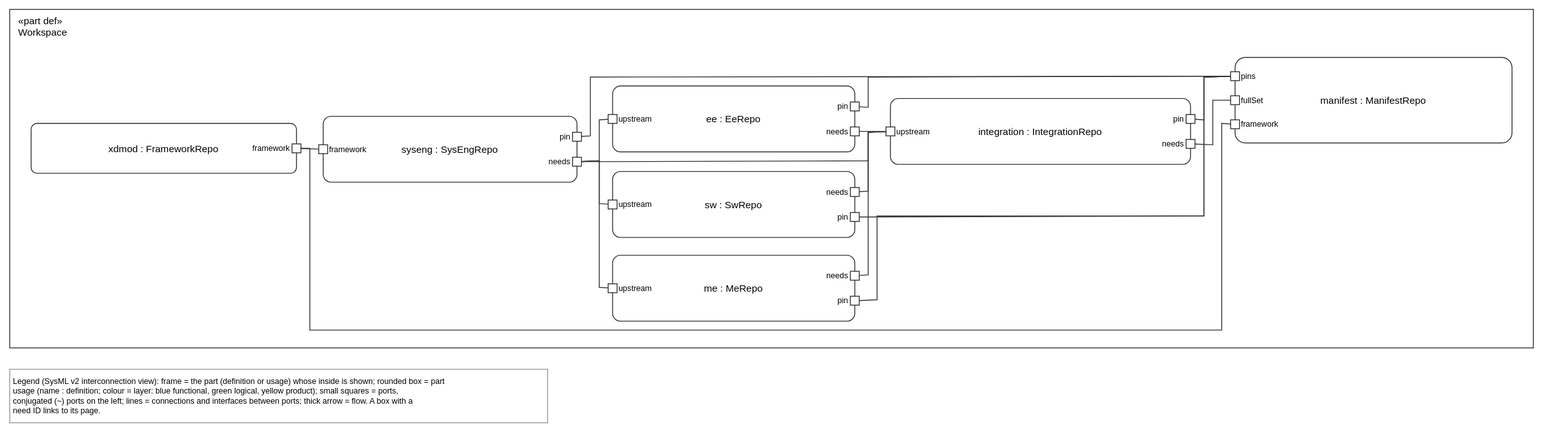
Earlier version of the draw.io export views/workspaceInterconnection.drawio.svg (tiacsys/xdmod). Source tidied: cells renumbered, new cells last; positions are measured from the earlier drawing's top-left corner, leaving out a move shared by most shapes.
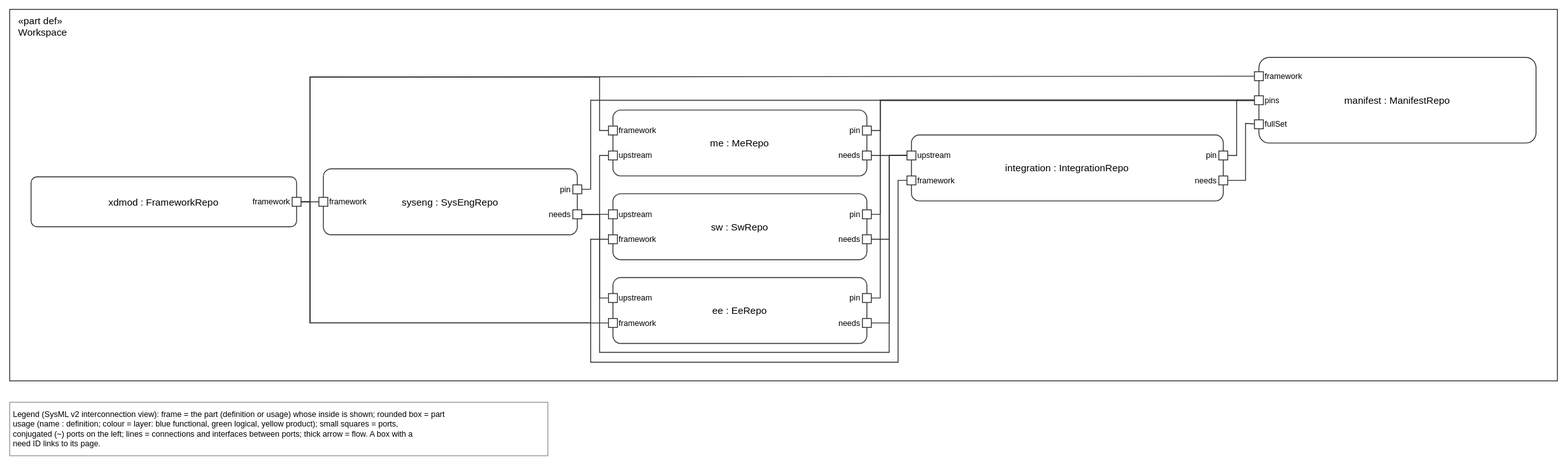
Above is the later version.

What changed in the source:
```diff
@@ -3,76 +3,88 @@
     <mxCell id="0" />
     <mxCell id="1" parent="0" />
     <mxCell id="2" value="«part def»&#10;Workspace" style="html=0;fontFamily=Helvetica;fontSize=11;strokeColor=#333333;rounded=0;verticalAlign=top;align=left;spacingLeft=8;fillColor=none;" parent="1" vertex="1">
-      <mxGeometry width="1711" height="380" as="geometry" />
+      <mxGeometry width="1737" height="417" as="geometry" />
     </mxCell>
     <mxCell id="3" value="Legend (SysML v2 interconnection view): frame = the part (definition or usage) whose inside is shown; rounded box = part&#10;usage (name : definition; colour = layer: blue functional, green logical, yellow product); small squares = ports,&#10;conjugated (~) ports on the left; lines = connections and interfaces between ports; thick arrow = flow. A box with a&#10;need ID links to its page." style="text;html=0;align=left;verticalAlign=top;fontFamily=Helvetica;fontSize=9;fillColor=#FFFFFF;strokeColor=#999999;spacing=4;" parent="1" vertex="1">
-      <mxGeometry y="404" width="604" height="60" as="geometry" />
+      <mxGeometry y="441" width="604" height="60" as="geometry" />
     </mxCell>
     <mxCell id="4" value="ee : EeRepo" style="html=0;fontFamily=Helvetica;fontSize=11;strokeColor=#333333;rounded=1;arcSize=12;fillColor=#FFFFFF;verticalAlign=middle;fillColor=#FFFFFF;" parent="2" vertex="1">
-      <mxGeometry x="677" y="86" width="272" height="74" as="geometry" />
+      <mxGeometry x="677" y="301" width="285" height="74" as="geometry" />
     </mxCell>
     <mxCell id="5" value="integration : IntegrationRepo" style="html=0;fontFamily=Helvetica;fontSize=11;strokeColor=#333333;rounded=1;arcSize=12;fillColor=#FFFFFF;verticalAlign=middle;fillColor=#FFFFFF;" parent="2" vertex="1">
-      <mxGeometry x="989" y="100" width="337" height="74" as="geometry" />
+      <mxGeometry x="1012" y="141" width="350" height="74" as="geometry" />
     </mxCell>
     <mxCell id="6" value="manifest : ManifestRepo" style="html=0;fontFamily=Helvetica;fontSize=11;strokeColor=#333333;rounded=1;arcSize=12;fillColor=#FFFFFF;verticalAlign=middle;fillColor=#FFFFFF;" parent="2" vertex="1">
-      <mxGeometry x="1376" y="54" width="311" height="96" as="geometry" />
+      <mxGeometry x="1402" y="54" width="311" height="96" as="geometry" />
     </mxCell>
     <mxCell id="7" value="me : MeRepo" style="html=0;fontFamily=Helvetica;fontSize=11;strokeColor=#333333;rounded=1;arcSize=12;fillColor=#FFFFFF;verticalAlign=middle;fillColor=#FFFFFF;" parent="2" vertex="1">
-      <mxGeometry x="677" y="276" width="272" height="74" as="geometry" />
+      <mxGeometry x="677" y="113" width="285" height="74" as="geometry" />
     </mxCell>
     <mxCell id="8" value="sw : SwRepo" style="html=0;fontFamily=Helvetica;fontSize=11;strokeColor=#333333;rounded=1;arcSize=12;fillColor=#FFFFFF;verticalAlign=middle;fillColor=#FFFFFF;" parent="2" vertex="1">
-      <mxGeometry x="677" y="182" width="272" height="74" as="geometry" />
+      <mxGeometry x="677" y="207" width="285" height="74" as="geometry" />
     </mxCell>
     <mxCell id="9" value="syseng : SysEngRepo" style="html=0;fontFamily=Helvetica;fontSize=11;strokeColor=#333333;rounded=1;arcSize=12;fillColor=#FFFFFF;verticalAlign=middle;fillColor=#FFFFFF;" parent="2" vertex="1">
-      <mxGeometry x="352" y="120" width="285" height="74" as="geometry" />
+      <mxGeometry x="352" y="179" width="285" height="74" as="geometry" />
     </mxCell>
     <mxCell id="10" value="xdmod : FrameworkRepo" style="html=0;fontFamily=Helvetica;fontSize=11;strokeColor=#333333;rounded=1;arcSize=12;fillColor=#FFFFFF;verticalAlign=middle;fillColor=#FFFFFF;" parent="2" vertex="1">
-      <mxGeometry x="24" y="128" width="298" height="56" as="geometry" />
+      <mxGeometry x="24" y="188" width="298" height="56" as="geometry" />
     </mxCell>
+    <mxCell id="45" value="framework" style="html=0;fontFamily=Helvetica;fontSize=11;strokeColor=#333333;rounded=0;fillColor=#FFFFFF;fontSize=9;labelPosition=right;align=left;verticalLabelPosition=middle;verticalAlign=middle;" parent="4" vertex="1">
+      <mxGeometry x="-5" y="46" width="10" height="10" as="geometry" />
+    </mxCell>
     <mxCell id="11" value="needs" style="html=0;fontFamily=Helvetica;fontSize=11;strokeColor=#333333;rounded=0;fillColor=#FFFFFF;fontSize=9;labelPosition=left;align=right;verticalLabelPosition=middle;verticalAlign=middle;" parent="4" vertex="1">
-      <mxGeometry x="267" y="46" width="10" height="10" as="geometry" />
+      <mxGeometry x="280" y="46" width="10" height="10" as="geometry" />
     </mxCell>
     <mxCell id="12" value="pin" style="html=0;fontFamily=Helvetica;fontSize=11;strokeColor=#333333;rounded=0;fillColor=#FFFFFF;fontSize=9;labelPosition=left;align=right;verticalLabelPosition=middle;verticalAlign=middle;" parent="4" vertex="1">
-      <mxGeometry x="267" y="18" width="10" height="10" as="geometry" />
+      <mxGeometry x="280" y="18" width="10" height="10" as="geometry" />
     </mxCell>
     <mxCell id="13" value="upstream" style="html=0;fontFamily=Helvetica;fontSize=11;strokeColor=#333333;rounded=0;fillColor=#FFFFFF;fontSize=9;labelPosition=right;align=left;verticalLabelPosition=middle;verticalAlign=middle;" parent="4" vertex="1">
-      <mxGeometry x="-5" y="32" width="10" height="10" as="geometry" />
+      <mxGeometry x="-5" y="18" width="10" height="10" as="geometry" />
     </mxCell>
+    <mxCell id="46" value="framework" style="html=0;fontFamily=Helvetica;fontSize=11;strokeColor=#333333;rounded=0;fillColor=#FFFFFF;fontSize=9;labelPosition=right;align=left;verticalLabelPosition=middle;verticalAlign=middle;" parent="5" vertex="1">
+      <mxGeometry x="-5" y="46" width="10" height="10" as="geometry" />
+    </mxCell>
     <mxCell id="14" value="needs" style="html=0;fontFamily=Helvetica;fontSize=11;strokeColor=#333333;rounded=0;fillColor=#FFFFFF;fontSize=9;labelPosition=left;align=right;verticalLabelPosition=middle;verticalAlign=middle;" parent="5" vertex="1">
-      <mxGeometry x="332" y="46" width="10" height="10" as="geometry" />
+      <mxGeometry x="345" y="46" width="10" height="10" as="geometry" />
     </mxCell>
     <mxCell id="15" value="pin" style="html=0;fontFamily=Helvetica;fontSize=11;strokeColor=#333333;rounded=0;fillColor=#FFFFFF;fontSize=9;labelPosition=left;align=right;verticalLabelPosition=middle;verticalAlign=middle;" parent="5" vertex="1">
-      <mxGeometry x="332" y="18" width="10" height="10" as="geometry" />
+      <mxGeometry x="345" y="18" width="10" height="10" as="geometry" />
     </mxCell>
     <mxCell id="16" value="upstream" style="html=0;fontFamily=Helvetica;fontSize=11;strokeColor=#333333;rounded=0;fillColor=#FFFFFF;fontSize=9;labelPosition=right;align=left;verticalLabelPosition=middle;verticalAlign=middle;" parent="5" vertex="1">
-      <mxGeometry x="-5" y="32" width="10" height="10" as="geometry" />
+      <mxGeometry x="-5" y="18" width="10" height="10" as="geometry" />
     </mxCell>
     <mxCell id="17" value="framework" style="html=0;fontFamily=Helvetica;fontSize=11;strokeColor=#333333;rounded=0;fillColor=#FFFFFF;fontSize=9;labelPosition=right;align=left;verticalLabelPosition=middle;verticalAlign=middle;" parent="6" vertex="1">
-      <mxGeometry x="-5" y="70" width="10" height="10" as="geometry" />
+      <mxGeometry x="-5" y="16" width="10" height="10" as="geometry" />
     </mxCell>
     <mxCell id="18" value="fullSet" style="html=0;fontFamily=Helvetica;fontSize=11;strokeColor=#333333;rounded=0;fillColor=#FFFFFF;fontSize=9;labelPosition=right;align=left;verticalLabelPosition=middle;verticalAlign=middle;" parent="6" vertex="1">
-      <mxGeometry x="-5" y="43" width="10" height="10" as="geometry" />
+      <mxGeometry x="-5" y="70" width="10" height="10" as="geometry" />
     </mxCell>
     <mxCell id="19" value="pins" style="html=0;fontFamily=Helvetica;fontSize=11;strokeColor=#333333;rounded=0;fillColor=#FFFFFF;fontSize=9;labelPosition=right;align=left;verticalLabelPosition=middle;verticalAlign=middle;" parent="6" vertex="1">
-      <mxGeometry x="-5" y="16" width="10" height="10" as="geometry" />
+      <mxGeometry x="-5" y="43" width="10" height="10" as="geometry" />
     </mxCell>
+    <mxCell id="47" value="framework" style="html=0;fontFamily=Helvetica;fontSize=11;strokeColor=#333333;rounded=0;fillColor=#FFFFFF;fontSize=9;labelPosition=right;align=left;verticalLabelPosition=middle;verticalAlign=middle;" parent="7" vertex="1">
+      <mxGeometry x="-5" y="18" width="10" height="10" as="geometry" />
+    </mxCell>
     <mxCell id="20" value="needs" style="html=0;fontFamily=Helvetica;fontSize=11;strokeColor=#333333;rounded=0;fillColor=#FFFFFF;fontSize=9;labelPosition=left;align=right;verticalLabelPosition=middle;verticalAlign=middle;" parent="7" vertex="1">
-      <mxGeometry x="267" y="18" width="10" height="10" as="geometry" />
+      <mxGeometry x="280" y="46" width="10" height="10" as="geometry" />
     </mxCell>
     <mxCell id="21" value="pin" style="html=0;fontFamily=Helvetica;fontSize=11;strokeColor=#333333;rounded=0;fillColor=#FFFFFF;fontSize=9;labelPosition=left;align=right;verticalLabelPosition=middle;verticalAlign=middle;" parent="7" vertex="1">
-      <mxGeometry x="267" y="46" width="10" height="10" as="geometry" />
+      <mxGeometry x="280" y="18" width="10" height="10" as="geometry" />
     </mxCell>
     <mxCell id="22" value="upstream" style="html=0;fontFamily=Helvetica;fontSize=11;strokeColor=#333333;rounded=0;fillColor=#FFFFFF;fontSize=9;labelPosition=right;align=left;verticalLabelPosition=middle;verticalAlign=middle;" parent="7" vertex="1">
-      <mxGeometry x="-5" y="32" width="10" height="10" as="geometry" />
+      <mxGeometry x="-5" y="46" width="10" height="10" as="geometry" />
     </mxCell>
+    <mxCell id="48" value="framework" style="html=0;fontFamily=Helvetica;fontSize=11;strokeColor=#333333;rounded=0;fillColor=#FFFFFF;fontSize=9;labelPosition=right;align=left;verticalLabelPosition=middle;verticalAlign=middle;" parent="8" vertex="1">
+      <mxGeometry x="-5" y="46" width="10" height="10" as="geometry" />
+    </mxCell>
     <mxCell id="23" value="needs" style="html=0;fontFamily=Helvetica;fontSize=11;strokeColor=#333333;rounded=0;fillColor=#FFFFFF;fontSize=9;labelPosition=left;align=right;verticalLabelPosition=middle;verticalAlign=middle;" parent="8" vertex="1">
-      <mxGeometry x="267" y="18" width="10" height="10" as="geometry" />
+      <mxGeometry x="280" y="46" width="10" height="10" as="geometry" />
     </mxCell>
     <mxCell id="24" value="pin" style="html=0;fontFamily=Helvetica;fontSize=11;strokeColor=#333333;rounded=0;fillColor=#FFFFFF;fontSize=9;labelPosition=left;align=right;verticalLabelPosition=middle;verticalAlign=middle;" parent="8" vertex="1">
-      <mxGeometry x="267" y="46" width="10" height="10" as="geometry" />
+      <mxGeometry x="280" y="18" width="10" height="10" as="geometry" />
     </mxCell>
     <mxCell id="25" value="upstream" style="html=0;fontFamily=Helvetica;fontSize=11;strokeColor=#333333;rounded=0;fillColor=#FFFFFF;fontSize=9;labelPosition=right;align=left;verticalLabelPosition=middle;verticalAlign=middle;" parent="8" vertex="1">
-      <mxGeometry x="-5" y="32" width="10" height="10" as="geometry" />
+      <mxGeometry x="-5" y="18" width="10" height="10" as="geometry" />
     </mxCell>
     <mxCell id="26" value="framework" style="html=0;fontFamily=Helvetica;fontSize=11;strokeColor=#333333;rounded=0;fillColor=#FFFFFF;fontSize=9;labelPosition=right;align=left;verticalLabelPosition=middle;verticalAlign=middle;" parent="9" vertex="1">
       <mxGeometry x="-5" y="32" width="10" height="10" as="geometry" />
@@ -87,116 +99,149 @@
       <mxGeometry x="293" y="23" width="10" height="10" as="geometry" />
     </mxCell>
     <mxCell id="30" style="html=0;rounded=0;endSize=10;startSize=14;fontFamily=Helvetica;fontSize=10;labelBackgroundColor=#FFFFFF;strokeColor=#333333;endArrow=none;" parent="1" edge="1" source="11" target="16">
-      <mxGeometry relative="1" as="geometry" />
+      <mxGeometry relative="1" as="geometry">
+        <Array as="points">
+          <mxPoint x="987" y="352" />
+          <mxPoint x="987" y="164" />
+        </Array>
+      </mxGeometry>
     </mxCell>
     <mxCell id="31" style="html=0;rounded=0;endSize=10;startSize=14;fontFamily=Helvetica;fontSize=10;labelBackgroundColor=#FFFFFF;strokeColor=#333333;endArrow=none;" parent="1" edge="1" source="12" target="19">
       <mxGeometry relative="1" as="geometry">
         <Array as="points">
-          <mxPoint x="964" y="110" />
-          <mxPoint x="964" y="76" />
+          <mxPoint x="977" y="324" />
+          <mxPoint x="977" y="102" />
         </Array>
       </mxGeometry>
     </mxCell>
     <mxCell id="32" style="html=0;rounded=0;endSize=10;startSize=14;fontFamily=Helvetica;fontSize=10;labelBackgroundColor=#FFFFFF;strokeColor=#333333;endArrow=none;" parent="1" edge="1" source="14" target="18">
       <mxGeometry relative="1" as="geometry">
         <Array as="points">
-          <mxPoint x="1351" y="152" />
-          <mxPoint x="1351" y="102" />
+          <mxPoint x="1387" y="192" />
+          <mxPoint x="1387" y="128" />
         </Array>
       </mxGeometry>
     </mxCell>
     <mxCell id="33" style="html=0;rounded=0;endSize=10;startSize=14;fontFamily=Helvetica;fontSize=10;labelBackgroundColor=#FFFFFF;strokeColor=#333333;endArrow=none;" parent="1" edge="1" source="15" target="19">
       <mxGeometry relative="1" as="geometry">
         <Array as="points">
-          <mxPoint x="1341" y="124" />
-          <mxPoint x="1341" y="76" />
+          <mxPoint x="1377" y="164" />
+          <mxPoint x="1377" y="102" />
         </Array>
       </mxGeometry>
     </mxCell>
     <mxCell id="34" style="html=0;rounded=0;endSize=10;startSize=14;fontFamily=Helvetica;fontSize=10;labelBackgroundColor=#FFFFFF;strokeColor=#333333;endArrow=none;" parent="1" edge="1" source="20" target="16">
-      <mxGeometry relative="1" as="geometry">
-        <Array as="points">
-          <mxPoint x="964" y="298" />
-          <mxPoint x="964" y="138" />
-        </Array>
-      </mxGeometry>
+      <mxGeometry relative="1" as="geometry" />
     </mxCell>
     <mxCell id="35" style="html=0;rounded=0;endSize=10;startSize=14;fontFamily=Helvetica;fontSize=10;labelBackgroundColor=#FFFFFF;strokeColor=#333333;endArrow=none;" parent="1" edge="1" source="21" target="19">
       <mxGeometry relative="1" as="geometry">
         <Array as="points">
-          <mxPoint x="974" y="326" />
-          <mxPoint x="974" y="232" />
-          <mxPoint x="1341" y="232" />
-          <mxPoint x="1341" y="76" />
+          <mxPoint x="977" y="136" />
+          <mxPoint x="977" y="102" />
         </Array>
       </mxGeometry>
     </mxCell>
     <mxCell id="36" style="html=0;rounded=0;endSize=10;startSize=14;fontFamily=Helvetica;fontSize=10;labelBackgroundColor=#FFFFFF;strokeColor=#333333;endArrow=none;" parent="1" edge="1" source="23" target="16">
       <mxGeometry relative="1" as="geometry">
         <Array as="points">
-          <mxPoint x="964" y="204" />
-          <mxPoint x="964" y="138" />
+          <mxPoint x="987" y="258" />
+          <mxPoint x="987" y="164" />
         </Array>
       </mxGeometry>
     </mxCell>
     <mxCell id="37" style="html=0;rounded=0;endSize=10;startSize=14;fontFamily=Helvetica;fontSize=10;labelBackgroundColor=#FFFFFF;strokeColor=#333333;endArrow=none;" parent="1" edge="1" source="24" target="19">
       <mxGeometry relative="1" as="geometry">
         <Array as="points">
-          <mxPoint x="1341" y="232" />
-          <mxPoint x="1341" y="76" />
+          <mxPoint x="977" y="230" />
+          <mxPoint x="977" y="102" />
         </Array>
       </mxGeometry>
     </mxCell>
     <mxCell id="38" style="html=0;rounded=0;endSize=10;startSize=14;fontFamily=Helvetica;fontSize=10;labelBackgroundColor=#FFFFFF;strokeColor=#333333;endArrow=none;" parent="1" edge="1" source="27" target="13">
       <mxGeometry relative="1" as="geometry">
         <Array as="points">
-          <mxPoint x="662" y="170" />
-          <mxPoint x="662" y="124" />
+          <mxPoint x="662" y="230" />
+          <mxPoint x="662" y="324" />
         </Array>
       </mxGeometry>
     </mxCell>
     <mxCell id="39" style="html=0;rounded=0;endSize=10;startSize=14;fontFamily=Helvetica;fontSize=10;labelBackgroundColor=#FFFFFF;strokeColor=#333333;endArrow=none;" parent="1" edge="1" source="27" target="16">
       <mxGeometry relative="1" as="geometry">
         <Array as="points">
-          <mxPoint x="964" y="170" />
-          <mxPoint x="964" y="138" />
+          <mxPoint x="662" y="230" />
+          <mxPoint x="662" y="385" />
+          <mxPoint x="987" y="385" />
+          <mxPoint x="987" y="164" />
         </Array>
       </mxGeometry>
     </mxCell>
     <mxCell id="40" style="html=0;rounded=0;endSize=10;startSize=14;fontFamily=Helvetica;fontSize=10;labelBackgroundColor=#FFFFFF;strokeColor=#333333;endArrow=none;" parent="1" edge="1" source="27" target="22">
       <mxGeometry relative="1" as="geometry">
         <Array as="points">
-          <mxPoint x="662" y="170" />
-          <mxPoint x="662" y="312" />
+          <mxPoint x="662" y="230" />
+          <mxPoint x="662" y="164" />
         </Array>
       </mxGeometry>
     </mxCell>
     <mxCell id="41" style="html=0;rounded=0;endSize=10;startSize=14;fontFamily=Helvetica;fontSize=10;labelBackgroundColor=#FFFFFF;strokeColor=#333333;endArrow=none;" parent="1" edge="1" source="27" target="25">
-      <mxGeometry relative="1" as="geometry">
-        <Array as="points">
-          <mxPoint x="662" y="170" />
-          <mxPoint x="662" y="218" />
-        </Array>
-      </mxGeometry>
+      <mxGeometry relative="1" as="geometry" />
     </mxCell>
     <mxCell id="42" style="html=0;rounded=0;endSize=10;startSize=14;fontFamily=Helvetica;fontSize=10;labelBackgroundColor=#FFFFFF;strokeColor=#333333;endArrow=none;" parent="1" edge="1" source="28" target="19">
       <mxGeometry relative="1" as="geometry">
         <Array as="points">
-          <mxPoint x="652" y="142" />
-          <mxPoint x="652" y="76" />
+          <mxPoint x="652" y="202" />
+          <mxPoint x="652" y="102" />
         </Array>
       </mxGeometry>
     </mxCell>
+    <mxCell id="49" style="html=0;rounded=0;endSize=10;startSize=14;fontFamily=Helvetica;fontSize=10;labelBackgroundColor=#FFFFFF;strokeColor=#333333;endArrow=none;" parent="1" edge="1" source="29" target="45">
+      <mxGeometry relative="1" as="geometry">
+        <Array as="points">
+          <mxPoint x="337" y="216" />
+          <mxPoint x="337" y="352" />
+        </Array>
+      </mxGeometry>
+    </mxCell>
+    <mxCell id="50" style="html=0;rounded=0;endSize=10;startSize=14;fontFamily=Helvetica;fontSize=10;labelBackgroundColor=#FFFFFF;strokeColor=#333333;endArrow=none;" parent="1" edge="1" source="29" target="46">
+      <mxGeometry relative="1" as="geometry">
+        <Array as="points">
+          <mxPoint x="337" y="216" />
+          <mxPoint x="337" y="352" />
+          <mxPoint x="652" y="352" />
+          <mxPoint x="652" y="396" />
+          <mxPoint x="997" y="396" />
+          <mxPoint x="997" y="192" />
+        </Array>
+      </mxGeometry>
+    </mxCell>
     <mxCell id="43" style="html=0;rounded=0;endSize=10;startSize=14;fontFamily=Helvetica;fontSize=10;labelBackgroundColor=#FFFFFF;strokeColor=#333333;endArrow=none;" parent="1" edge="1" source="29" target="17">
       <mxGeometry relative="1" as="geometry">
         <Array as="points">
-          <mxPoint x="337" y="156" />
-          <mxPoint x="337" y="360" />
-          <mxPoint x="1361" y="360" />
-          <mxPoint x="1361" y="128" />
+          <mxPoint x="337" y="216" />
+          <mxPoint x="337" y="76" />
         </Array>
       </mxGeometry>
     </mxCell>
+    <mxCell id="51" style="html=0;rounded=0;endSize=10;startSize=14;fontFamily=Helvetica;fontSize=10;labelBackgroundColor=#FFFFFF;strokeColor=#333333;endArrow=none;" parent="1" edge="1" source="29" target="47">
+      <mxGeometry relative="1" as="geometry">
+        <Array as="points">
+          <mxPoint x="337" y="216" />
+          <mxPoint x="337" y="76" />
+          <mxPoint x="662" y="76" />
+          <mxPoint x="662" y="136" />
+        </Array>
+      </mxGeometry>
+    </mxCell>
+    <mxCell id="52" style="html=0;rounded=0;endSize=10;startSize=14;fontFamily=Helvetica;fontSize=10;labelBackgroundColor=#FFFFFF;strokeColor=#333333;endArrow=none;" parent="1" edge="1" source="29" target="48">
+      <mxGeometry relative="1" as="geometry">
+        <Array as="points">
+          <mxPoint x="337" y="216" />
+          <mxPoint x="337" y="352" />
+          <mxPoint x="652" y="352" />
+          <mxPoint x="652" y="258" />
+        </Array>
+      </mxGeometry>
+    </mxCell>
     <mxCell id="44" style="html=0;rounded=0;endSize=10;startSize=14;fontFamily=Helvetica;fontSize=10;labelBackgroundColor=#FFFFFF;strokeColor=#333333;endArrow=none;" parent="1" edge="1" source="29" target="26">
       <mxGeometry relative="1" as="geometry" />
     </mxCell>
```
